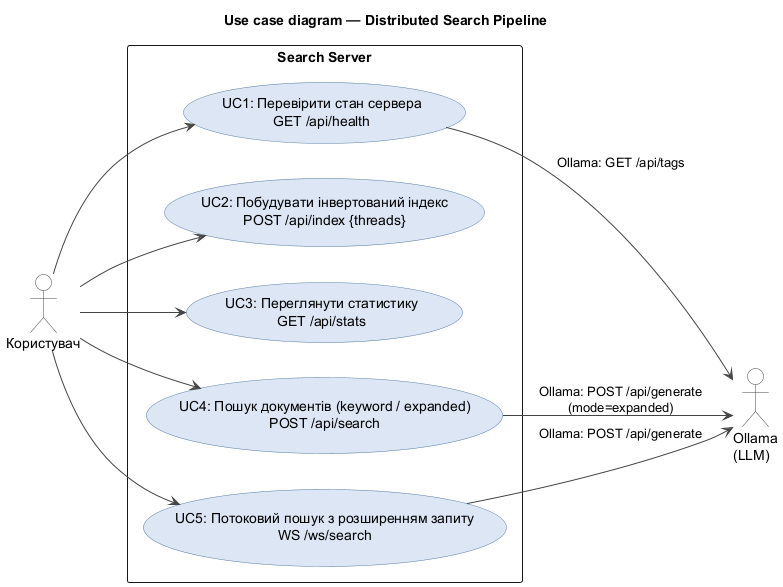
This is docs/uml/01_use_case.png from KovalSS/distributed-search-pipeline, a PlantUML export, as it was before one commit.
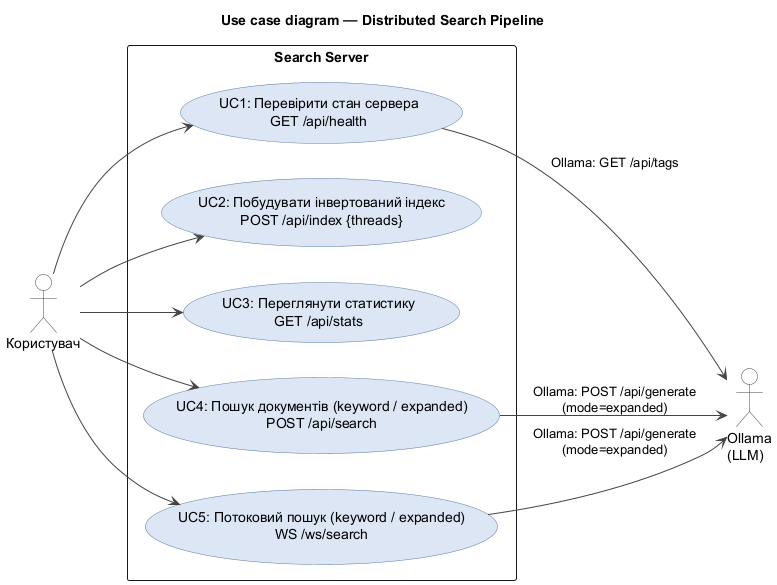
The same file after the commit.

Commit message:
docs: update use case and websocket sequence diagrams for keyword and expanded modes

Diff of the diagram source:
```diff
@@ -21,7 +21,7 @@
   usecase "UC2: Побудувати інвертований індекс\nPOST /api/index {threads}" as UC2
   usecase "UC3: Переглянути статистику\nGET /api/stats" as UC3
   usecase "UC4: Пошук документів (keyword / expanded)\nPOST /api/search" as UC4
-  usecase "UC5: Потоковий пошук з розширенням запиту\nWS /ws/search" as UC5
+  usecase "UC5: Потоковий пошук (keyword / expanded)\nWS /ws/search" as UC5
 }
 
 user --> UC1
@@ -32,6 +32,6 @@
 
 UC1 --> ollama : Ollama: GET /api/tags
 UC4 --> ollama : Ollama: POST /api/generate\n(mode=expanded)
-UC5 --> ollama : Ollama: POST /api/generate
+UC5 --> ollama : Ollama: POST /api/generate\n(mode=expanded)
 
 @enduml
```
